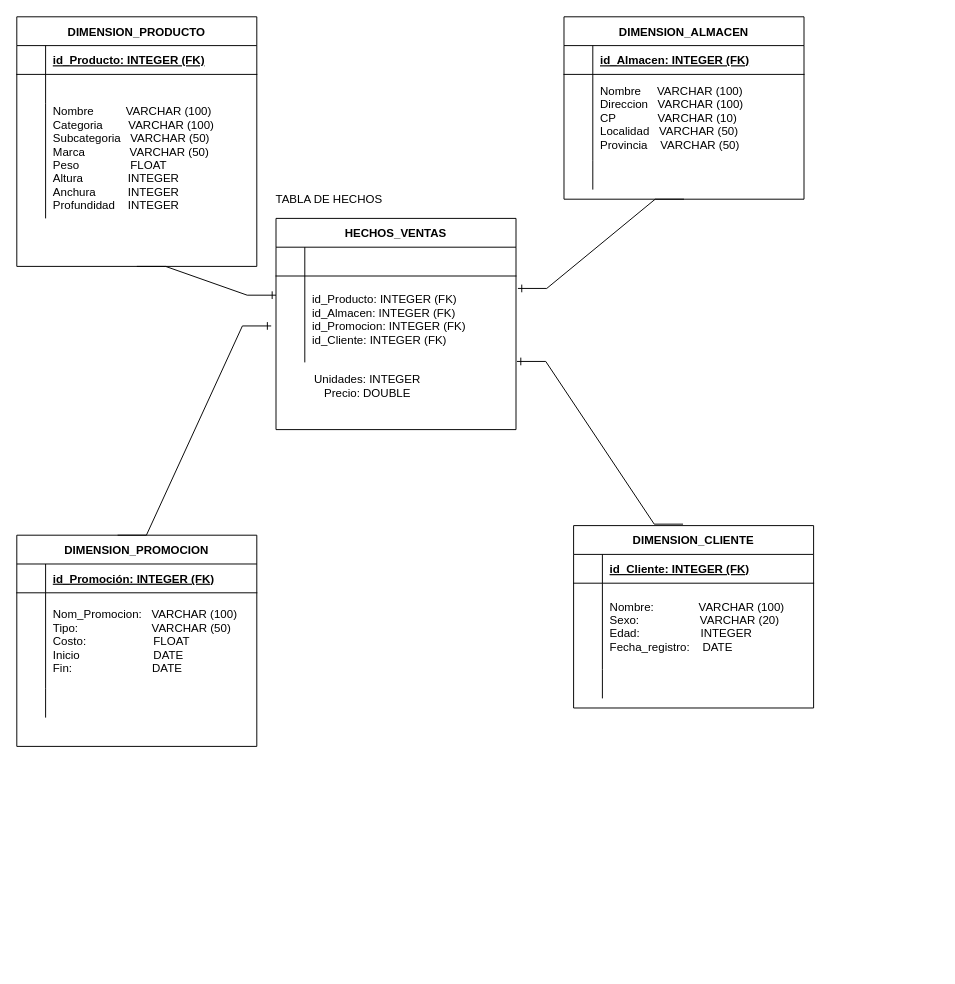
The draw.io diagram Untitled Diagram.drawio in ATrinidad84/Base_de_Datos, before the edit. Source tidied: cells renumbered, new cells numbered last; positions are measured from the earlier drawing's top-left corner, leaving out a move shared by most shapes. Both pictures are drawn from the tidied source at 96%, with x=0, y=0 at pixel (16, 16).
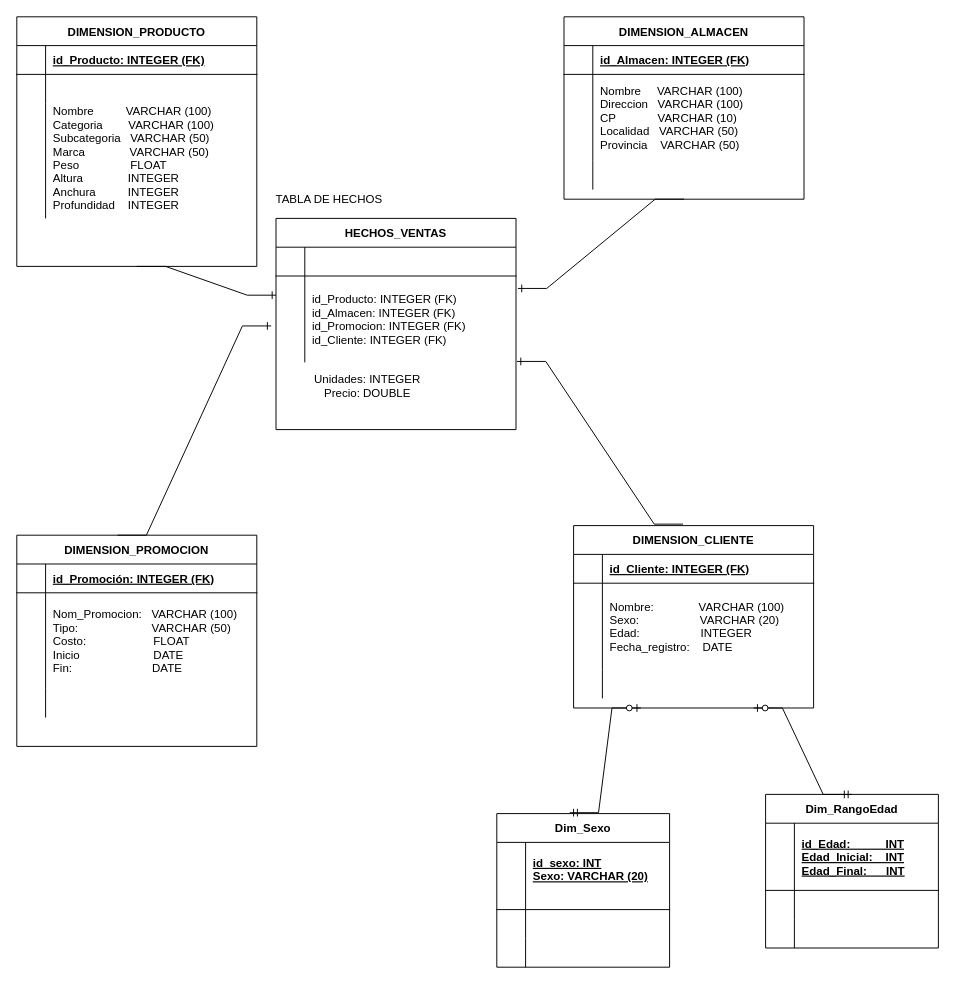
Above is the later version.

Commit message:
Diagrama Copo de nieve.drawio

Unchanged cells that the change refers to:
```xml
<mxCell id="40" value="DIMENSION_CLIENTE" style="shape=table;startSize=30;childLayout=tableLayout;rowLines=0;fontStyle=1;align=center;" parent="1" vertex="1">
  <mxGeometry x="580" y="530" width="250" height="190" as="geometry" />
</mxCell>
```

Change to the diagram source:
```diff
@@
+    <mxCell id="55" value="Dim_Sexo" style="shape=table;startSize=30;childLayout=tableLayout;rowLines=0;fontStyle=1;align=center;" parent="1" vertex="1">
+      <mxGeometry x="500" y="830" width="180" height="160" as="geometry" />
+    </mxCell>
+    <mxCell id="56" style="shape=tableRow;horizontal=0;startSize=0;swimlaneHead=0;swimlaneBody=0;fillColor=none;top=0;left=0;right=0;bottom=1;" parent="55" vertex="1">
+      <mxGeometry y="30" width="180" height="70" as="geometry" />
+    </mxCell>
+    <mxCell id="57" style="shape=partialRectangle;fillColor=none;top=0;left=0;bottom=0;right=0;fontStyle=1;overflow=hidden;" parent="56" vertex="1">
+      <mxGeometry width="30" height="70" as="geometry" />
+    </mxCell>
+    <mxCell id="58" value="id_sexo: INT&#10;Sexo: VARCHAR (20)&#10;" style="shape=partialRectangle;fillColor=none;top=0;left=0;bottom=0;right=0;align=left;spacingLeft=6;fontStyle=5;overflow=hidden;" parent="56" vertex="1">
+      <mxGeometry x="30" width="150" height="70" as="geometry" />
+    </mxCell>
+    <mxCell id="59" style="shape=tableRow;horizontal=0;startSize=0;swimlaneHead=0;swimlaneBody=0;fillColor=none;top=0;left=0;right=0;bottom=0;" parent="55" vertex="1">
+      <mxGeometry y="100" width="180" height="30" as="geometry" />
+    </mxCell>
+    <mxCell id="60" style="shape=partialRectangle;fillColor=none;top=0;left=0;bottom=0;right=0;overflow=hidden;" parent="59" vertex="1">
+      <mxGeometry width="30" height="30" as="geometry" />
+    </mxCell>
+    <mxCell id="61" style="shape=partialRectangle;fillColor=none;top=0;left=0;bottom=0;right=0;align=left;spacingLeft=6;overflow=hidden;" parent="59" vertex="1">
+      <mxGeometry x="30" width="150" height="30" as="geometry" />
+    </mxCell>
+    <mxCell id="62" style="shape=tableRow;horizontal=0;startSize=0;swimlaneHead=0;swimlaneBody=0;fillColor=none;top=0;left=0;right=0;bottom=0;" parent="55" vertex="1">
+      <mxGeometry y="130" width="180" height="30" as="geometry" />
+    </mxCell>
+    <mxCell id="63" style="shape=partialRectangle;fillColor=none;top=0;left=0;bottom=0;right=0;overflow=hidden;" parent="62" vertex="1">
+      <mxGeometry width="30" height="30" as="geometry" />
+    </mxCell>
+    <mxCell id="64" style="shape=partialRectangle;fillColor=none;top=0;left=0;bottom=0;right=0;align=left;spacingLeft=6;overflow=hidden;" parent="62" vertex="1">
+      <mxGeometry x="30" width="150" height="30" as="geometry" />
+    </mxCell>
+    <mxCell id="65" style="edgeStyle=entityRelationEdgeStyle;fontSize=12;html=1;endArrow=ERzeroToOne;startArrow=ERmandOne;rounded=0;exitX=0.422;exitY=-0.006;exitDx=0;exitDy=0;exitPerimeter=0;" parent="1" edge="1" source="55">
+      <mxGeometry relative="1" as="geometry">
+        <mxPoint x="650" y="720" as="targetPoint" />
+      </mxGeometry>
+    </mxCell>
+    <mxCell id="66" value="Dim_RangoEdad" style="shape=table;startSize=30;childLayout=tableLayout;rowLines=0;fontStyle=1;align=center;" parent="1" vertex="1">
+      <mxGeometry x="780" y="810" width="180" height="160" as="geometry" />
+    </mxCell>
+    <mxCell id="67" style="shape=tableRow;horizontal=0;startSize=0;swimlaneHead=0;swimlaneBody=0;fillColor=none;top=0;left=0;right=0;bottom=1;" parent="66" vertex="1">
+      <mxGeometry y="30" width="180" height="70" as="geometry" />
+    </mxCell>
+    <mxCell id="68" style="shape=partialRectangle;fillColor=none;top=0;left=0;bottom=0;right=0;fontStyle=1;overflow=hidden;" parent="67" vertex="1">
+      <mxGeometry width="30" height="70" as="geometry" />
+    </mxCell>
+    <mxCell id="69" value="id_Edad:           INT&#10;Edad_Inicial:    INT&#10;Edad_Final:      INT" style="shape=partialRectangle;fillColor=none;top=0;left=0;bottom=0;right=0;align=left;spacingLeft=6;fontStyle=5;overflow=hidden;" parent="67" vertex="1">
+      <mxGeometry x="30" width="150" height="70" as="geometry" />
+    </mxCell>
+    <mxCell id="70" style="shape=tableRow;horizontal=0;startSize=0;swimlaneHead=0;swimlaneBody=0;fillColor=none;top=0;left=0;right=0;bottom=0;" parent="66" vertex="1">
+      <mxGeometry y="100" width="180" height="30" as="geometry" />
+    </mxCell>
+    <mxCell id="71" style="shape=partialRectangle;fillColor=none;top=0;left=0;bottom=0;right=0;overflow=hidden;" parent="70" vertex="1">
+      <mxGeometry width="30" height="30" as="geometry" />
+    </mxCell>
+    <mxCell id="72" style="shape=partialRectangle;fillColor=none;top=0;left=0;bottom=0;right=0;align=left;spacingLeft=6;overflow=hidden;" parent="70" vertex="1">
+      <mxGeometry x="30" width="150" height="30" as="geometry" />
+    </mxCell>
+    <mxCell id="73" style="shape=tableRow;horizontal=0;startSize=0;swimlaneHead=0;swimlaneBody=0;fillColor=none;top=0;left=0;right=0;bottom=0;" parent="66" vertex="1">
+      <mxGeometry y="130" width="180" height="30" as="geometry" />
+    </mxCell>
+    <mxCell id="74" style="shape=partialRectangle;fillColor=none;top=0;left=0;bottom=0;right=0;overflow=hidden;" parent="73" vertex="1">
+      <mxGeometry width="30" height="30" as="geometry" />
+    </mxCell>
+    <mxCell id="75" style="shape=partialRectangle;fillColor=none;top=0;left=0;bottom=0;right=0;align=left;spacingLeft=6;overflow=hidden;" parent="73" vertex="1">
+      <mxGeometry x="30" width="150" height="30" as="geometry" />
+    </mxCell>
+    <mxCell id="76" style="edgeStyle=entityRelationEdgeStyle;fontSize=12;html=1;endArrow=ERzeroToOne;startArrow=ERmandOne;rounded=0;exitX=0.5;exitY=0;exitDx=0;exitDy=0;entryX=0.75;entryY=1;entryDx=0;entryDy=0;" parent="1" edge="1" source="66" target="40">
+      <mxGeometry relative="1" as="geometry" />
+    </mxCell>
```
